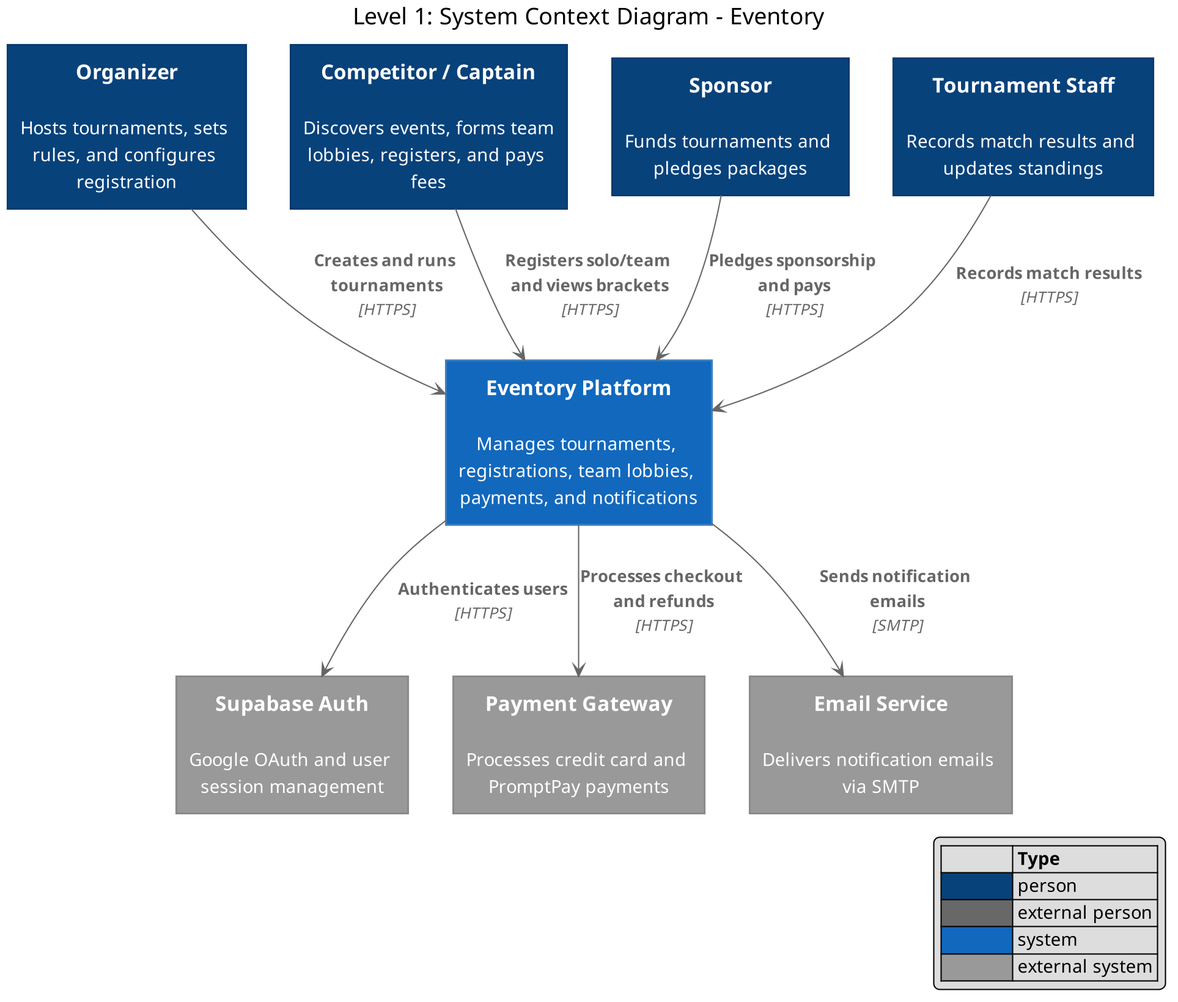
This is docs/arch/c4-level1-context.png from moomaideng/eventory, a PlantUML export, as it was before one commit. Its source is kept beside it as docs/arch/c4-level1-context.puml. Source of this version:
```plantuml
@startuml c4-level1-context
skinparam dpi 200
!include <C4/C4_Context>

LAYOUT_WITH_LEGEND()

title Level 1: System Context Diagram - Eventory

Person(organizer, "Organizer", "Hosts tournaments, sets rules, and configures registration")
Person(competitor, "Competitor / Captain", "Discovers events, forms team lobbies, registers, and pays fees")
Person(sponsor, "Sponsor", "Funds tournaments and pledges packages")
Person(staff, "Tournament Staff", "Records match results and updates standings")

System(eventory, "Eventory Platform", "Manages tournaments, registrations, team lobbies, payments, and notifications")

System_Ext(supabase, "Supabase Auth", "Google OAuth and user session management")
System_Ext(payment_gw, "Payment Gateway", "Processes credit card and PromptPay payments")
System_Ext(email_provider, "Email Service", "Delivers notification emails via SMTP")

Rel(organizer, eventory, "Creates and runs tournaments", "HTTPS")
Rel(competitor, eventory, "Registers solo/team and views brackets", "HTTPS")
Rel(sponsor, eventory, "Pledges sponsorship and pays", "HTTPS")
Rel(staff, eventory, "Records match results", "HTTPS")

Rel(eventory, supabase, "Authenticates users", "HTTPS")
Rel(eventory, payment_gw, "Processes checkout and refunds", "HTTPS")
Rel(eventory, email_provider, "Sends notification emails", "SMTP")
@enduml
```
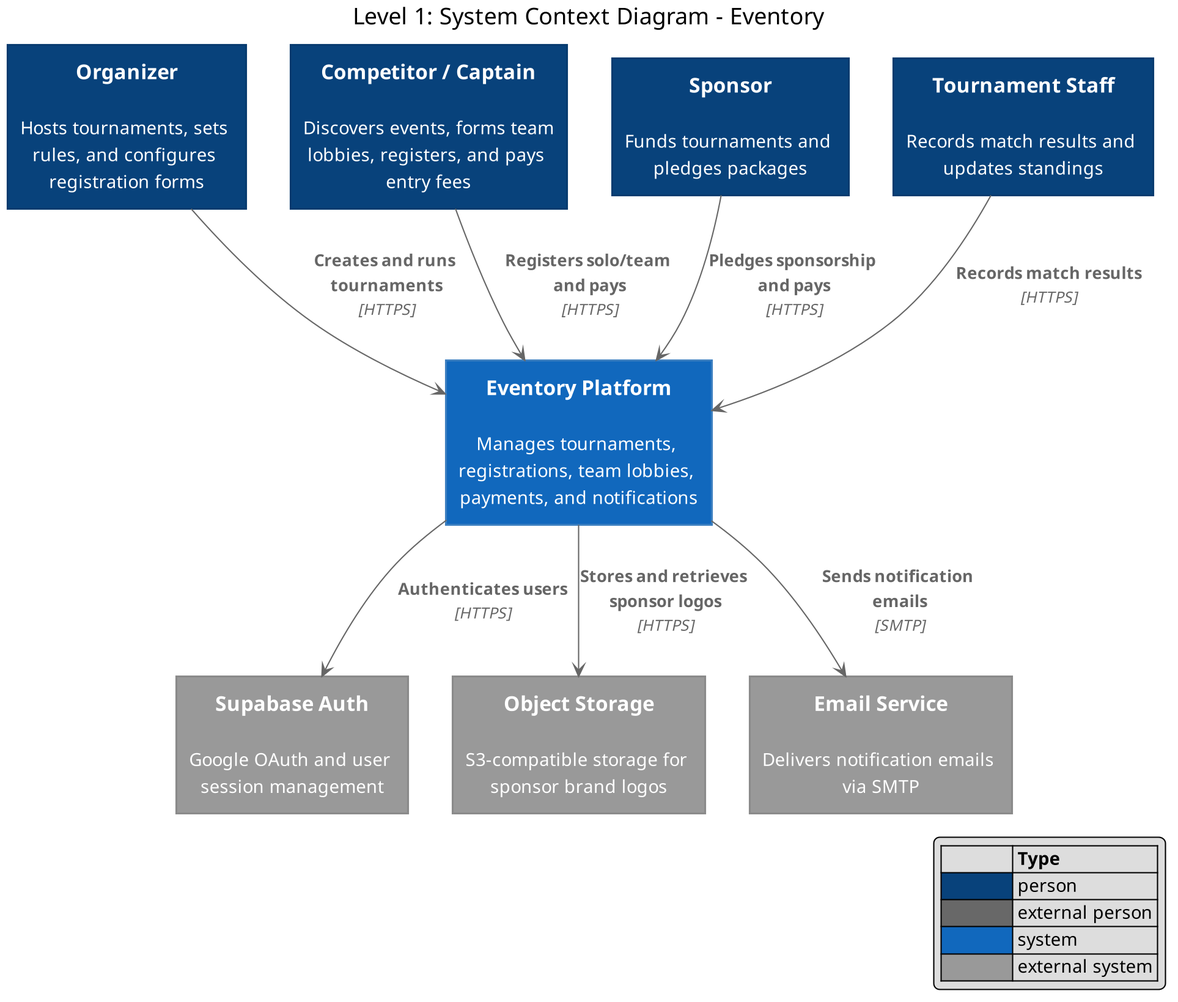
After the commit.

The edit, as a diff of the source:
```diff
@@ -6,23 +6,23 @@
 
 title Level 1: System Context Diagram - Eventory
 
-Person(organizer, "Organizer", "Hosts tournaments, sets rules, and configures registration")
-Person(competitor, "Competitor / Captain", "Discovers events, forms team lobbies, registers, and pays fees")
+Person(organizer, "Organizer", "Hosts tournaments, sets rules, and configures registration forms")
+Person(competitor, "Competitor / Captain", "Discovers events, forms team lobbies, registers, and pays entry fees")
 Person(sponsor, "Sponsor", "Funds tournaments and pledges packages")
 Person(staff, "Tournament Staff", "Records match results and updates standings")
 
 System(eventory, "Eventory Platform", "Manages tournaments, registrations, team lobbies, payments, and notifications")
 
 System_Ext(supabase, "Supabase Auth", "Google OAuth and user session management")
-System_Ext(payment_gw, "Payment Gateway", "Processes credit card and PromptPay payments")
+System_Ext(s3, "Object Storage", "S3-compatible storage for sponsor brand logos")
 System_Ext(email_provider, "Email Service", "Delivers notification emails via SMTP")
 
 Rel(organizer, eventory, "Creates and runs tournaments", "HTTPS")
-Rel(competitor, eventory, "Registers solo/team and views brackets", "HTTPS")
+Rel(competitor, eventory, "Registers solo/team and pays", "HTTPS")
 Rel(sponsor, eventory, "Pledges sponsorship and pays", "HTTPS")
 Rel(staff, eventory, "Records match results", "HTTPS")
 
 Rel(eventory, supabase, "Authenticates users", "HTTPS")
-Rel(eventory, payment_gw, "Processes checkout and refunds", "HTTPS")
+Rel(eventory, s3, "Stores and retrieves sponsor logos", "HTTPS")
 Rel(eventory, email_provider, "Sends notification emails", "SMTP")
 @enduml
```
